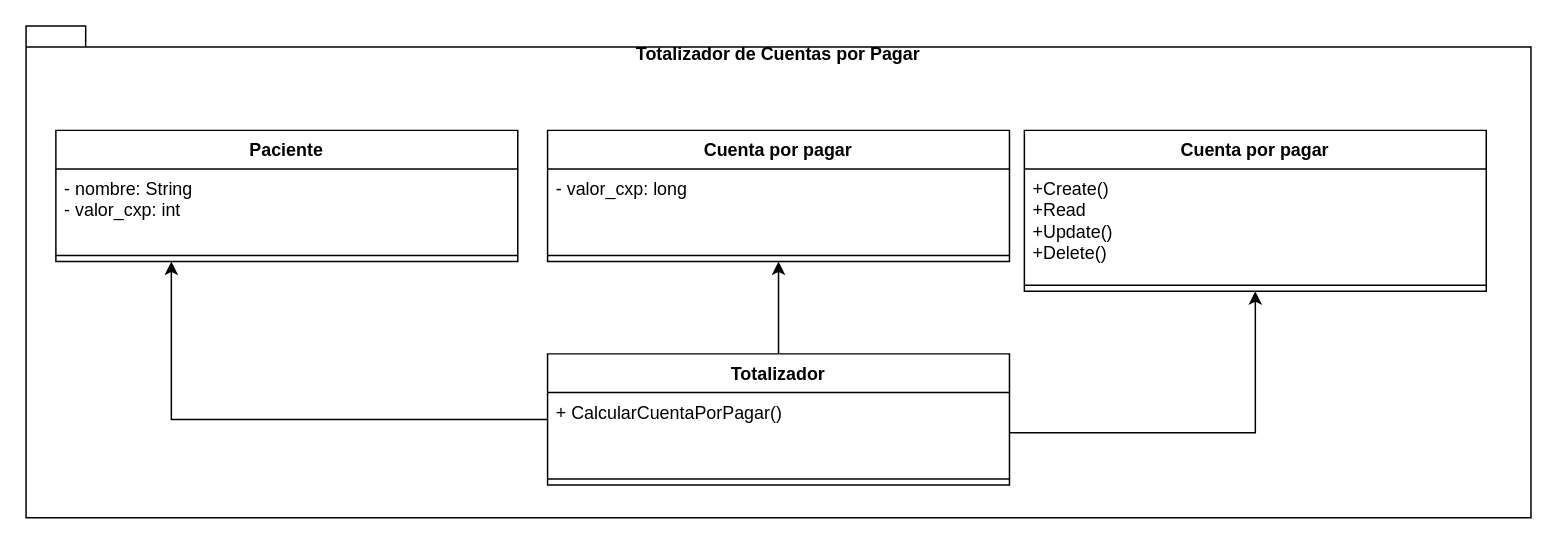
Earlier version of the draw.io diagram files/Diagramas Actividad 6 POO.drawio (luisdico313/pooactividad6). Source tidied: cells renumbered, new cells numbered last; positions are measured from the earlier drawing's top-left corner, leaving out a move shared by most shapes. Both pictures are drawn from the tidied source at 149%, with x=0, y=0 at pixel (25, 25).
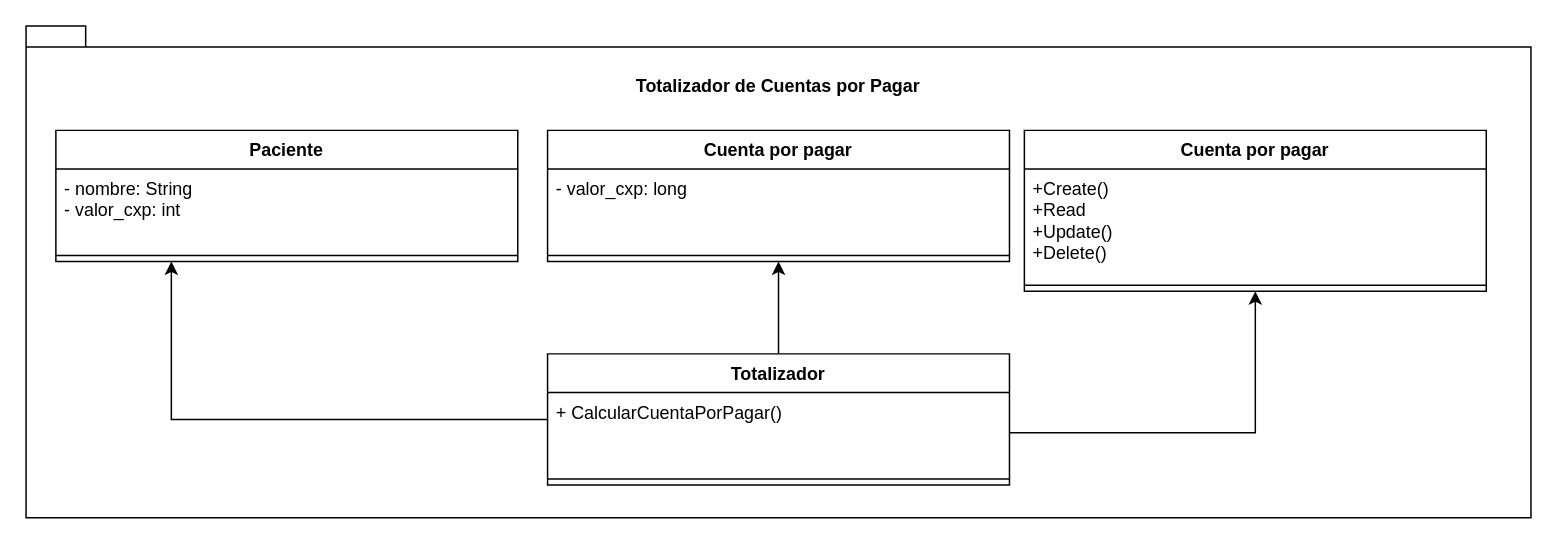
After the change.

Change to the diagram source:
```diff
@@
 <mxGraphModel>
   <root>
     <mxCell id="0" />
     <mxCell id="1" parent="0" />
-    <mxCell id="2" value="Totalizador de Cuentas por Pagar&lt;div&gt;&lt;br&gt;&lt;/div&gt;&lt;div&gt;&lt;br&gt;&lt;/div&gt;&lt;div&gt;&lt;br&gt;&lt;/div&gt;&lt;div&gt;&lt;br&gt;&lt;/div&gt;&lt;div&gt;&lt;br&gt;&lt;/div&gt;&lt;div&gt;&lt;br&gt;&lt;/div&gt;&lt;div&gt;&lt;br&gt;&lt;/div&gt;&lt;div&gt;&lt;br&gt;&lt;/div&gt;&lt;div&gt;&lt;br&gt;&lt;/div&gt;&lt;div&gt;&lt;br&gt;&lt;/div&gt;&lt;div&gt;&lt;br&gt;&lt;/div&gt;&lt;div&gt;&lt;br&gt;&lt;/div&gt;&lt;div&gt;&lt;br&gt;&lt;/div&gt;&lt;div&gt;&lt;br&gt;&lt;/div&gt;&lt;div&gt;&lt;br&gt;&lt;/div&gt;&lt;div&gt;&lt;br&gt;&lt;/div&gt;&lt;div&gt;&lt;br&gt;&lt;/div&gt;&lt;div&gt;&lt;br&gt;&lt;/div&gt;&lt;div&gt;&lt;br&gt;&lt;/div&gt;&lt;div&gt;&lt;br&gt;&lt;/div&gt;&lt;div&gt;&lt;br&gt;&lt;/div&gt;" style="shape=folder;fontStyle=1;spacingTop=10;tabWidth=40;tabHeight=14;tabPosition=left;html=1;whiteSpace=wrap;" parent="1" vertex="1">
+    <mxCell id="2" value="Totalizador de Cuentas por Pagar&lt;div&gt;&lt;br&gt;&lt;/div&gt;&lt;div&gt;&lt;br&gt;&lt;/div&gt;&lt;div&gt;&lt;br&gt;&lt;/div&gt;&lt;div&gt;&lt;br&gt;&lt;/div&gt;&lt;div&gt;&lt;br&gt;&lt;/div&gt;&lt;div&gt;&lt;br&gt;&lt;/div&gt;&lt;div&gt;&lt;br&gt;&lt;/div&gt;&lt;div&gt;&lt;br&gt;&lt;/div&gt;&lt;div&gt;&lt;br&gt;&lt;/div&gt;&lt;div&gt;&lt;br&gt;&lt;/div&gt;&lt;div&gt;&lt;br&gt;&lt;/div&gt;&lt;div&gt;&lt;br&gt;&lt;/div&gt;&lt;div&gt;&lt;br&gt;&lt;/div&gt;&lt;div&gt;&lt;br&gt;&lt;/div&gt;&lt;div&gt;&lt;br&gt;&lt;/div&gt;&lt;div&gt;&lt;br&gt;&lt;/div&gt;&lt;div&gt;&lt;br&gt;&lt;/div&gt;&lt;div&gt;&lt;br&gt;&lt;/div&gt;" style="shape=folder;fontStyle=1;spacingTop=10;tabWidth=40;tabHeight=14;tabPosition=left;html=1;whiteSpace=wrap;" parent="1" vertex="1">
       <mxGeometry width="1010" height="330" as="geometry" />
     </mxCell>
     <mxCell id="3" value="Paciente" style="swimlane;fontStyle=1;align=center;verticalAlign=top;horizontal=1;startSize=26;whiteSpace=wrap;html=1;" parent="1" vertex="1">
       <mxGeometry x="20" y="70" width="310" height="88" as="geometry" />
     </mxCell>
     <mxCell id="4" value="- nombre: String&lt;div&gt;- valor_cxp: int&lt;/div&gt;" style="text;strokeColor=none;fillColor=none;align=left;verticalAlign=top;spacingLeft=4;spacingRight=4;overflow=hidden;whiteSpace=wrap;html=1;" parent="3" vertex="1">
       <mxGeometry y="26" width="310" height="54" as="geometry" />
     </mxCell>
     <mxCell id="5" style="line;strokeWidth=1;fillColor=none;align=left;verticalAlign=middle;spacingTop=-1;spacingLeft=3;spacingRight=3;labelPosition=right;strokeColor=inherit;" parent="3" vertex="1">
       <mxGeometry y="80" width="310" height="8" as="geometry" />
     </mxCell>
     <mxCell id="6" value="Cuenta por pagar" style="swimlane;fontStyle=1;align=center;verticalAlign=top;horizontal=1;startSize=26;whiteSpace=wrap;html=1;" parent="1" vertex="1">
       <mxGeometry x="350" y="70" width="310" height="88" as="geometry" />
     </mxCell>
     <mxCell id="7" value="&lt;div&gt;- valor_cxp: long&lt;/div&gt;" style="text;strokeColor=none;fillColor=none;align=left;verticalAlign=top;spacingLeft=4;spacingRight=4;overflow=hidden;whiteSpace=wrap;html=1;" parent="6" vertex="1">
       <mxGeometry y="26" width="310" height="54" as="geometry" />
     </mxCell>
     <mxCell id="8" style="line;strokeWidth=1;fillColor=none;align=left;verticalAlign=middle;spacingTop=-1;spacingLeft=3;spacingRight=3;labelPosition=right;strokeColor=inherit;" parent="6" vertex="1">
       <mxGeometry y="80" width="310" height="8" as="geometry" />
     </mxCell>
     <mxCell id="9" style="edgeStyle=orthogonalEdgeStyle;rounded=0;jettySize=auto;html=1;entryX=0.25;entryY=1;entryDx=0;entryDy=0;" parent="1" edge="1" source="11" target="3">
       <mxGeometry relative="1" as="geometry" />
     </mxCell>
     <mxCell id="10" style="edgeStyle=orthogonalEdgeStyle;rounded=0;jettySize=auto;html=1;entryX=0.5;entryY=1;entryDx=0;entryDy=0;" parent="1" edge="1" source="11" target="6">
       <mxGeometry relative="1" as="geometry" />
     </mxCell>
     <mxCell id="11" value="Totalizador" style="swimlane;fontStyle=1;align=center;verticalAlign=top;horizontal=1;startSize=26;whiteSpace=wrap;html=1;" parent="1" vertex="1">
       <mxGeometry x="350" y="220" width="310" height="88" as="geometry" />
     </mxCell>
     <mxCell id="12" value="+ CalcularCuentaPorPagar()" style="text;strokeColor=none;fillColor=none;align=left;verticalAlign=top;spacingLeft=4;spacingRight=4;overflow=hidden;points=[[0,0.5],[1,0.5]];portConstraint=eastwest;whiteSpace=wrap;html=1;" parent="11" vertex="1">
       <mxGeometry y="26" width="310" height="54" as="geometry" />
     </mxCell>
     <mxCell id="13" style="line;strokeWidth=1;fillColor=none;align=left;verticalAlign=middle;spacingTop=-1;spacingLeft=3;spacingRight=3;labelPosition=right;strokeColor=inherit;" parent="11" vertex="1">
       <mxGeometry y="80" width="310" height="8" as="geometry" />
     </mxCell>
     <mxCell id="14" value="Cuenta por pagar" style="swimlane;fontStyle=1;align=center;verticalAlign=top;horizontal=1;startSize=26;whiteSpace=wrap;html=1;" parent="1" vertex="1">
       <mxGeometry x="670" y="70" width="310" height="108" as="geometry" />
     </mxCell>
     <mxCell id="15" value="&lt;div&gt;+Create()&lt;/div&gt;&lt;div&gt;+Read&lt;/div&gt;&lt;div&gt;+Update()&lt;/div&gt;&lt;div&gt;+Delete()&lt;/div&gt;&lt;div&gt;&lt;br&gt;&lt;/div&gt;" style="text;strokeColor=none;fillColor=none;align=left;verticalAlign=top;spacingLeft=4;spacingRight=4;overflow=hidden;whiteSpace=wrap;html=1;" parent="14" vertex="1">
       <mxGeometry y="26" width="310" height="74" as="geometry" />
     </mxCell>
     <mxCell id="16" style="line;strokeWidth=1;fillColor=none;align=left;verticalAlign=middle;spacingTop=-1;spacingLeft=3;spacingRight=3;labelPosition=right;strokeColor=inherit;" parent="14" vertex="1">
       <mxGeometry y="100" width="310" height="8" as="geometry" />
     </mxCell>
     <mxCell id="17" style="edgeStyle=orthogonalEdgeStyle;rounded=0;jettySize=auto;html=1;entryX=0.5;entryY=1;entryDx=0;entryDy=0;" parent="1" edge="1" source="12" target="14">
       <mxGeometry relative="1" as="geometry" />
     </mxCell>
   </root>
 </mxGraphModel>
```
